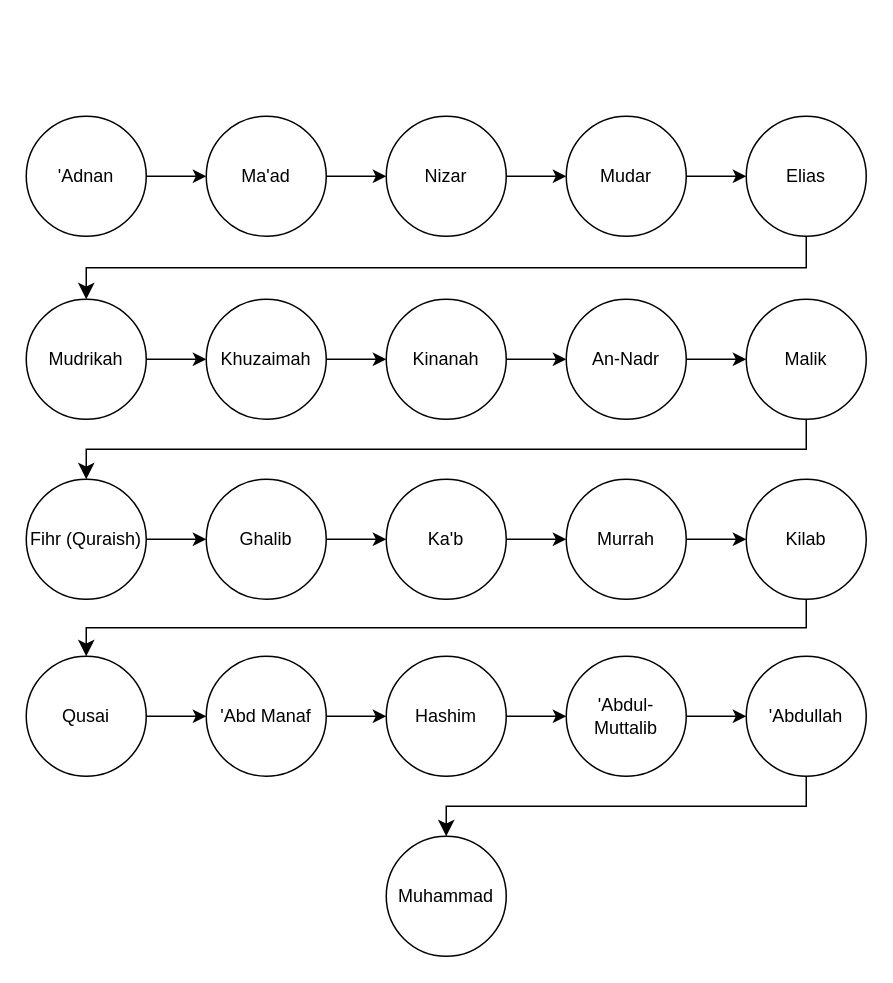
yarokko/diagrams keeps this draw.io diagram as page "male-lineage" (2 of 3) of pm_lineage.drawio. Above is the earlier version. Source tidied: cells renumbered, new cells numbered last; positions are measured from the earlier drawing's top-left corner, leaving out a move shared by most shapes. Both pictures are drawn from the tidied source at 150%, with x=0, y=0 at pixel (26, 116).
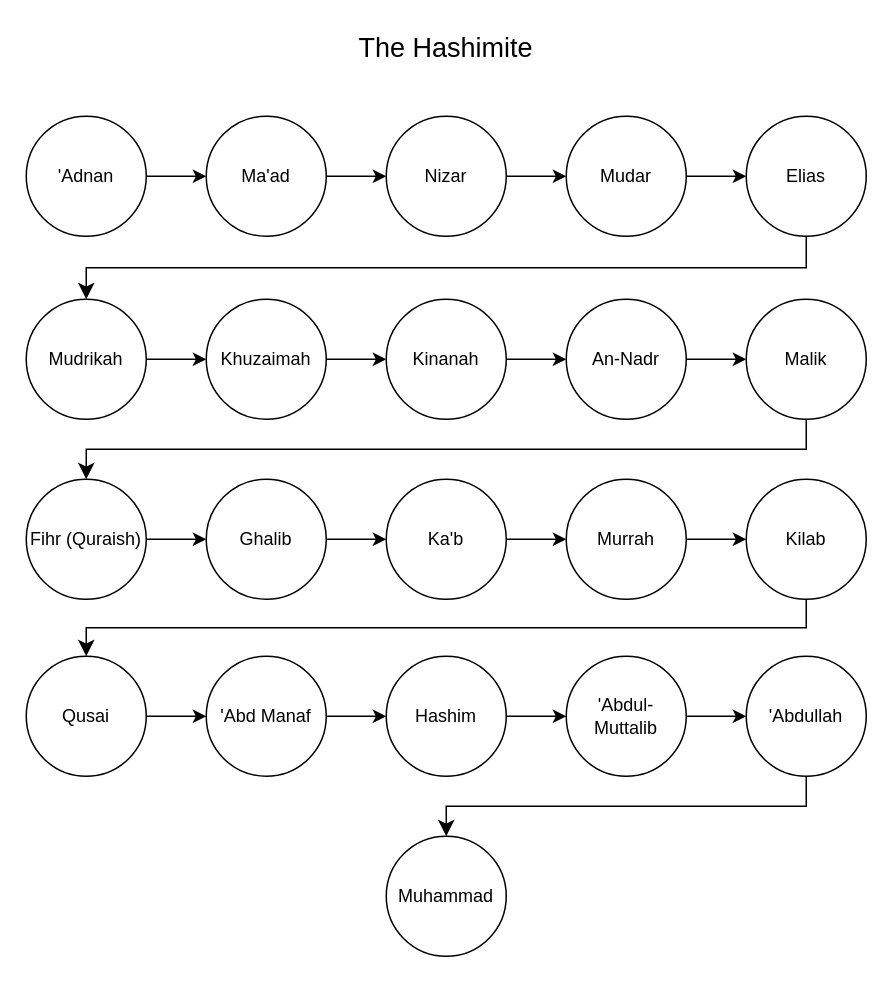
The same page after the edit.

What changed in the source:
```diff
@@
+    <mxCell id="43" value="&lt;font style=&quot;font-size: 18px;&quot;&gt;The Hashimite&lt;/font&gt;" style="text;html=1;align=center;verticalAlign=middle;whiteSpace=wrap;rounded=0;" parent="1" vertex="1">
+      <mxGeometry x="200" y="-60" width="160" height="30" as="geometry" />
+    </mxCell>
```
